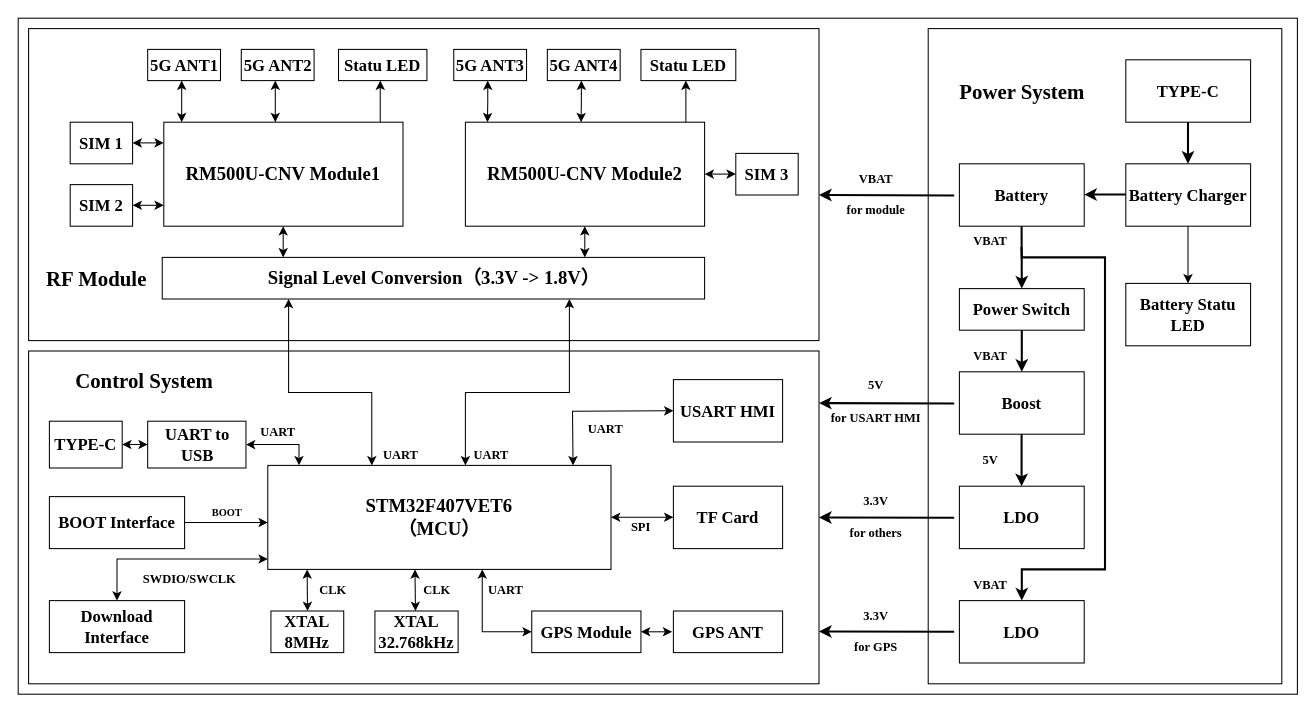
This is ICCC_block_V2.0.drawio from zeandon/draw.io, a draw.io file, before an edit. Source tidied: cells renumbered, new cells numbered last; positions are measured from the earlier drawing's top-left corner, leaving out a move shared by most shapes. Both pictures are drawn from the tidied source at 104%, with x=0, y=0 at pixel (18, 18).
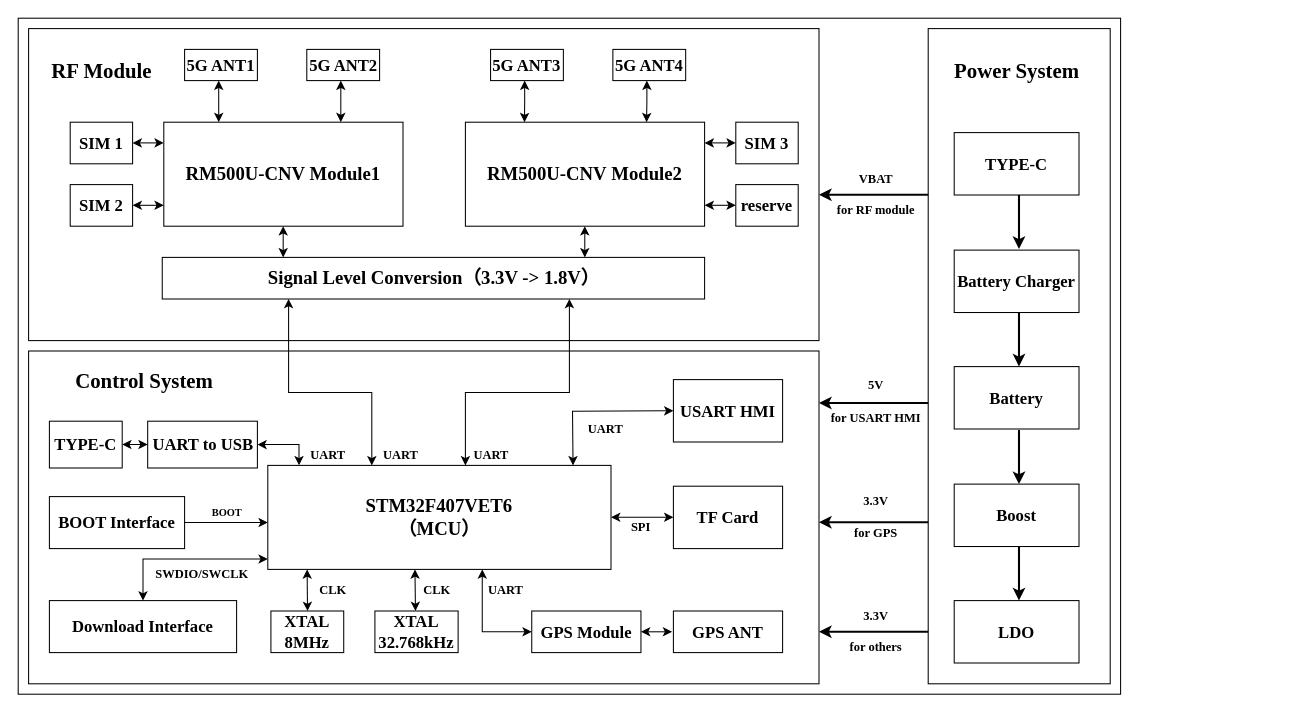
After the change.

Diff of the diagram source:
```diff
@@
     <mxCell id="2" style="rounded=0;whiteSpace=wrap;html=1;fontFamily=Times New Roman;" parent="1" vertex="1">
-      <mxGeometry width="1230" height="650" as="geometry" />
+      <mxGeometry width="1060" height="650" as="geometry" />
     </mxCell>
     <mxCell id="3" style="rounded=0;whiteSpace=wrap;html=1;fontFamily=Times New Roman;" parent="1" vertex="1">
-      <mxGeometry x="875" y="10" width="340" height="630" as="geometry" />
+      <mxGeometry x="875" y="10" width="175" height="630" as="geometry" />
     </mxCell>
@@
     <mxCell id="7" value="&lt;span&gt;RF Module&lt;/span&gt;" style="text;strokeColor=none;fillColor=none;html=1;fontSize=20;fontStyle=1;verticalAlign=middle;align=center;fontFamily=Times New Roman;" parent="1" vertex="1">
-      <mxGeometry x="24.5" y="230" width="100" height="40" as="geometry" />
+      <mxGeometry x="30" y="30" width="100" height="40" as="geometry" />
     </mxCell>
@@
     <mxCell id="12" value="5G ANT2" style="rounded=0;whiteSpace=wrap;html=1;fontStyle=1;fontFamily=Times New Roman;fontSize=16;" parent="1" vertex="1">
-      <mxGeometry x="214.5" y="30" width="70" height="30" as="geometry" />
+      <mxGeometry x="277.5" y="30" width="70" height="30" as="geometry" />
     </mxCell>
     <mxCell id="13" value="5G ANT1" style="rounded=0;whiteSpace=wrap;html=1;fontStyle=1;fontFamily=Times New Roman;fontSize=16;" parent="1" vertex="1">
-      <mxGeometry x="124.5" y="30" width="70" height="30" as="geometry" />
+      <mxGeometry x="160" y="30" width="70" height="30" as="geometry" />
     </mxCell>
     <mxCell id="14" value="5G ANT3" style="rounded=0;whiteSpace=wrap;html=1;fontStyle=1;fontFamily=Times New Roman;fontSize=16;" parent="1" vertex="1">
-      <mxGeometry x="418.8" y="30" width="70" height="30" as="geometry" />
+      <mxGeometry x="454.2" y="30" width="70" height="30" as="geometry" />
     </mxCell>
     <mxCell id="15" value="5G ANT4" style="rounded=0;whiteSpace=wrap;html=1;fontStyle=1;fontFamily=Times New Roman;fontSize=16;" parent="1" vertex="1">
-      <mxGeometry x="508.8" y="30" width="70" height="30" as="geometry" />
+      <mxGeometry x="571.8" y="30" width="70" height="30" as="geometry" />
     </mxCell>
@@
     <mxCell id="19" value="Download Interface" style="rounded=0;whiteSpace=wrap;html=1;fontStyle=1;fontFamily=Times New Roman;fontSize=16;" parent="1" vertex="1">
-      <mxGeometry x="30" y="560" width="130" height="50" as="geometry" />
+      <mxGeometry x="30" y="560" width="180" height="50" as="geometry" />
     </mxCell>
@@
     <mxCell id="21" value="TYPE-C" style="rounded=0;whiteSpace=wrap;html=1;fontStyle=1;fontFamily=Times New Roman;fontSize=16;" parent="1" vertex="1">
-      <mxGeometry x="1065" y="40" width="120" height="60" as="geometry" />
+      <mxGeometry x="900" y="110" width="120" height="60" as="geometry" />
     </mxCell>
     <mxCell id="22" value="Battery Charger" style="rounded=0;whiteSpace=wrap;html=1;fontStyle=1;fontFamily=Times New Roman;fontSize=16;" parent="1" vertex="1">
-      <mxGeometry x="1065" y="140" width="120" height="60" as="geometry" />
+      <mxGeometry x="900" y="223" width="120" height="60" as="geometry" />
     </mxCell>
     <mxCell id="23" value="Boost" style="rounded=0;whiteSpace=wrap;html=1;fontStyle=1;fontFamily=Times New Roman;fontSize=16;" parent="1" vertex="1">
-      <mxGeometry x="905" y="340" width="120" height="60" as="geometry" />
+      <mxGeometry x="900" y="448" width="120" height="60" as="geometry" />
     </mxCell>
     <mxCell id="24" value="LDO" style="rounded=0;whiteSpace=wrap;html=1;fontStyle=1;fontFamily=Times New Roman;fontSize=16;" parent="1" vertex="1">
-      <mxGeometry x="905" y="450" width="120" height="60" as="geometry" />
+      <mxGeometry x="900" y="560" width="120" height="60" as="geometry" />
     </mxCell>
-    <mxCell id="25" value="LDO" style="rounded=0;whiteSpace=wrap;html=1;fontStyle=1;fontFamily=Times New Roman;fontSize=16;" parent="1" vertex="1">
-      <mxGeometry x="905" y="560" width="120" height="60" as="geometry" />
-    </mxCell>
     <mxCell id="26" value="Battery" style="rounded=0;whiteSpace=wrap;html=1;fontStyle=1;fontFamily=Times New Roman;fontSize=16;" parent="1" vertex="1">
-      <mxGeometry x="905" y="140" width="120" height="60" as="geometry" />
+      <mxGeometry x="900" y="335" width="120" height="60" as="geometry" />
     </mxCell>
-    <mxCell id="27" value="Battery Statu LED" style="rounded=0;whiteSpace=wrap;html=1;fontStyle=1;fontFamily=Times New Roman;fontSize=16;" parent="1" vertex="1">
-      <mxGeometry x="1065" y="255" width="120" height="60" as="geometry" />
-    </mxCell>
-    <mxCell id="28" value="Statu LED" style="rounded=0;whiteSpace=wrap;html=1;fontStyle=1;fontFamily=Times New Roman;fontSize=16;" parent="1" vertex="1">
-      <mxGeometry x="308" y="30" width="85" height="30" as="geometry" />
-    </mxCell>
-    <mxCell id="29" value="Statu LED" style="rounded=0;whiteSpace=wrap;html=1;fontStyle=1;fontFamily=Times New Roman;fontSize=16;" parent="1" vertex="1">
-      <mxGeometry x="598.8" y="30" width="91.2" height="30" as="geometry" />
-    </mxCell>
@@
     <mxCell id="32" value="SIM 3" style="rounded=0;whiteSpace=wrap;html=1;fontStyle=1;fontFamily=Times New Roman;fontSize=16;" parent="1" vertex="1">
-      <mxGeometry x="690" y="130" width="60" height="40" as="geometry" />
+      <mxGeometry x="690" y="100" width="60" height="40" as="geometry" />
     </mxCell>
@@
     <mxCell id="34" value="UART to USB" style="rounded=0;whiteSpace=wrap;html=1;fontStyle=1;fontFamily=Times New Roman;fontSize=16;" parent="1" vertex="1">
-      <mxGeometry x="124.5" y="387.5" width="94.5" height="45" as="geometry" />
+      <mxGeometry x="124.5" y="387.5" width="105.5" height="45" as="geometry" />
     </mxCell>
@@
-    <mxCell id="36" value="Power Switch" style="rounded=0;whiteSpace=wrap;html=1;fontStyle=1;fontFamily=Times New Roman;fontSize=16;" parent="1" vertex="1">
-      <mxGeometry x="905" y="260" width="120" height="40" as="geometry" />
-    </mxCell>
@@
     <mxCell id="40" style="endArrow=classic;startArrow=classic;html=1;rounded=0;fontFamily=Times New Roman;" parent="1" edge="1">
       <mxGeometry relative="1" as="geometry">
-        <mxPoint x="660" y="149.9" as="sourcePoint" />
-        <mxPoint x="690" y="149.9" as="targetPoint" />
+        <mxPoint x="660" y="119.9" as="sourcePoint" />
+        <mxPoint x="690" y="119.9" as="targetPoint" />
       </mxGeometry>
     </mxCell>
@@
     <mxCell id="43" value="&lt;font&gt;Power System&lt;/font&gt;" style="text;strokeColor=none;fillColor=none;html=1;fontSize=20;fontStyle=1;verticalAlign=middle;align=center;fontFamily=Times New Roman;" parent="1" vertex="1">
-      <mxGeometry x="900" y="50" width="130" height="40" as="geometry" />
+      <mxGeometry x="895" y="30" width="130" height="40" as="geometry" />
     </mxCell>
-    <mxCell id="44" style="endArrow=none;startArrow=classic;html=1;rounded=0;endFill=0;strokeWidth=2;fontFamily=Times New Roman;" parent="1" edge="1">
-      <mxGeometry relative="1" as="geometry">
-        <mxPoint x="1025" y="169.6" as="sourcePoint" />
-        <mxPoint x="1065" y="169.6" as="targetPoint" />
-      </mxGeometry>
-    </mxCell>
-    <mxCell id="45" style="endArrow=none;startArrow=classic;html=1;rounded=0;endFill=0;strokeWidth=2;fontFamily=Times New Roman;" parent="1" edge="1">
-      <mxGeometry relative="1" as="geometry">
-        <mxPoint x="965" y="260" as="sourcePoint" />
-        <mxPoint x="964.8" y="200" as="targetPoint" />
-      </mxGeometry>
-    </mxCell>
-    <mxCell id="46" style="endArrow=none;startArrow=classic;html=1;rounded=0;endFill=0;strokeWidth=2;fontFamily=Times New Roman;" parent="1" edge="1">
-      <mxGeometry relative="1" as="geometry">
-        <mxPoint x="964.8" y="450" as="sourcePoint" />
-        <mxPoint x="964.8" y="400" as="targetPoint" />
-      </mxGeometry>
-    </mxCell>
-    <mxCell id="47" style="endArrow=none;startArrow=classic;html=1;rounded=0;endFill=0;exitX=0.5;exitY=0;exitDx=0;exitDy=0;strokeWidth=2;fontFamily=Times New Roman;" parent="1" edge="1" source="25">
-      <mxGeometry relative="1" as="geometry">
-        <mxPoint x="964.7" y="220" as="targetPoint" />
-        <Array as="points">
-          <mxPoint x="965" y="530" />
-          <mxPoint x="1045" y="530" />
-          <mxPoint x="1045" y="230" />
-          <mxPoint x="965" y="230" />
-        </Array>
-      </mxGeometry>
-    </mxCell>
-    <mxCell id="48" style="endArrow=none;startArrow=classic;html=1;rounded=0;endFill=0;strokeWidth=2;fontFamily=Times New Roman;" parent="1" edge="1">
-      <mxGeometry relative="1" as="geometry">
-        <mxPoint x="1124.8" y="140" as="sourcePoint" />
-        <mxPoint x="1124.8" y="100" as="targetPoint" />
-      </mxGeometry>
-    </mxCell>
     <mxCell id="49" style="endArrow=classic;startArrow=classic;html=1;rounded=0;exitX=0.5;exitY=0;exitDx=0;exitDy=0;entryX=0.958;entryY=0.995;entryDx=0;entryDy=0;entryPerimeter=0;fontFamily=Times New Roman;" parent="1" edge="1">
       <mxGeometry relative="1" as="geometry">
-        <mxPoint x="247.2" y="100" as="sourcePoint" />
-        <mxPoint x="247.2" y="60" as="targetPoint" />
+        <mxPoint x="310.2" y="100" as="sourcePoint" />
+        <mxPoint x="310.2" y="60" as="targetPoint" />
         <Array as="points">
-          <mxPoint x="247.2" y="80" />
-          <mxPoint x="247.2" y="70" />
+          <mxPoint x="310.2" y="80" />
+          <mxPoint x="310.2" y="70" />
         </Array>
       </mxGeometry>
     </mxCell>
     <mxCell id="50" style="endArrow=classic;startArrow=classic;html=1;rounded=0;exitX=0.5;exitY=0;exitDx=0;exitDy=0;entryX=0.958;entryY=0.995;entryDx=0;entryDy=0;entryPerimeter=0;fontFamily=Times New Roman;" parent="1" edge="1">
       <mxGeometry relative="1" as="geometry">
-        <mxPoint x="157.2" y="100" as="sourcePoint" />
-        <mxPoint x="157.2" y="60" as="targetPoint" />
+        <mxPoint x="192.8" y="100" as="sourcePoint" />
+        <mxPoint x="192.8" y="60" as="targetPoint" />
         <Array as="points">
-          <mxPoint x="157.2" y="80" />
-          <mxPoint x="157.2" y="70" />
+          <mxPoint x="192.8" y="80" />
+          <mxPoint x="192.8" y="70" />
         </Array>
       </mxGeometry>
     </mxCell>
     <mxCell id="51" style="endArrow=classic;startArrow=classic;html=1;rounded=0;exitX=0.5;exitY=0;exitDx=0;exitDy=0;entryX=0.958;entryY=0.995;entryDx=0;entryDy=0;entryPerimeter=0;fontFamily=Times New Roman;" parent="1" edge="1">
       <mxGeometry relative="1" as="geometry">
-        <mxPoint x="451.2" y="100" as="sourcePoint" />
-        <mxPoint x="451.5" y="60" as="targetPoint" />
+        <mxPoint x="486.8" y="100" as="sourcePoint" />
+        <mxPoint x="487" y="60" as="targetPoint" />
         <Array as="points">
-          <mxPoint x="451.5" y="80" />
-          <mxPoint x="451.5" y="70" />
+          <mxPoint x="487" y="80" />
+          <mxPoint x="487" y="70" />
         </Array>
       </mxGeometry>
     </mxCell>
     <mxCell id="52" style="endArrow=classic;startArrow=classic;html=1;rounded=0;exitX=0.5;exitY=0;exitDx=0;exitDy=0;entryX=0.958;entryY=0.995;entryDx=0;entryDy=0;entryPerimeter=0;fontFamily=Times New Roman;" parent="1" edge="1">
       <mxGeometry relative="1" as="geometry">
-        <mxPoint x="541.2" y="100" as="sourcePoint" />
-        <mxPoint x="541.5" y="60" as="targetPoint" />
+        <mxPoint x="604.2" y="100" as="sourcePoint" />
+        <mxPoint x="604.5" y="60" as="targetPoint" />
         <Array as="points">
-          <mxPoint x="541.5" y="80" />
-          <mxPoint x="541.5" y="70" />
+          <mxPoint x="604.5" y="80" />
+          <mxPoint x="604.5" y="70" />
         </Array>
       </mxGeometry>
     </mxCell>
-    <mxCell id="53" style="endArrow=classic;startArrow=none;html=1;rounded=0;exitX=0.5;exitY=0;exitDx=0;exitDy=0;endFill=1;startFill=0;fontFamily=Times New Roman;" parent="1" edge="1">
-      <mxGeometry relative="1" as="geometry">
-        <mxPoint x="348.1" y="100" as="sourcePoint" />
-        <mxPoint x="348.2" y="60" as="targetPoint" />
-        <Array as="points">
-          <mxPoint x="348.1" y="80" />
-          <mxPoint x="348.1" y="70" />
-        </Array>
-      </mxGeometry>
-    </mxCell>
-    <mxCell id="54" style="endArrow=classic;startArrow=none;html=1;rounded=0;exitX=0.5;exitY=0;exitDx=0;exitDy=0;entryX=0.958;entryY=0.995;entryDx=0;entryDy=0;entryPerimeter=0;endFill=1;startFill=0;fontFamily=Times New Roman;" parent="1" edge="1">
-      <mxGeometry relative="1" as="geometry">
-        <mxPoint x="642" y="100" as="sourcePoint" />
-        <mxPoint x="642" y="60" as="targetPoint" />
-        <Array as="points">
-          <mxPoint x="642" y="80" />
-          <mxPoint x="642" y="70" />
-        </Array>
-      </mxGeometry>
-    </mxCell>
-    <mxCell id="55" value="VBAT" style="text;html=1;whiteSpace=wrap;strokeColor=none;fillColor=none;align=center;verticalAlign=middle;rounded=0;fontStyle=1;fontSize=12;fontFamily=Times New Roman;" parent="1" vertex="1">
-      <mxGeometry x="910" y="200" width="50" height="30" as="geometry" />
-    </mxCell>
-    <mxCell id="56" style="endArrow=none;startArrow=classic;html=1;rounded=0;endFill=0;strokeWidth=2;fontFamily=Times New Roman;" parent="1" edge="1">
-      <mxGeometry relative="1" as="geometry">
-        <mxPoint x="770" y="170" as="sourcePoint" />
-        <mxPoint x="900" y="170.4" as="targetPoint" />
-      </mxGeometry>
-    </mxCell>
@@
-    <mxCell id="58" style="endArrow=none;startArrow=classic;html=1;rounded=0;endFill=0;strokeWidth=2;fontFamily=Times New Roman;" parent="1" edge="1">
-      <mxGeometry relative="1" as="geometry">
-        <mxPoint x="770" y="370.1" as="sourcePoint" />
-        <mxPoint x="900" y="370.4" as="targetPoint" />
-      </mxGeometry>
-    </mxCell>
-    <mxCell id="59" style="endArrow=none;startArrow=classic;html=1;rounded=0;endFill=0;strokeWidth=2;fontFamily=Times New Roman;" parent="1" edge="1">
-      <mxGeometry relative="1" as="geometry">
-        <mxPoint x="770" y="480.1" as="sourcePoint" />
-        <mxPoint x="900" y="480.4" as="targetPoint" />
-      </mxGeometry>
-    </mxCell>
-    <mxCell id="60" style="endArrow=none;startArrow=classic;html=1;rounded=0;endFill=0;strokeWidth=2;fontFamily=Times New Roman;" parent="1" edge="1">
-      <mxGeometry relative="1" as="geometry">
-        <mxPoint x="770" y="589.7" as="sourcePoint" />
-        <mxPoint x="900" y="590" as="targetPoint" />
-      </mxGeometry>
-    </mxCell>
@@
-    <mxCell id="63" value="for module" style="text;html=1;whiteSpace=wrap;strokeColor=none;fillColor=none;align=center;verticalAlign=middle;rounded=0;fontStyle=1;fontSize=12;fontFamily=Times New Roman;" parent="1" vertex="1">
-      <mxGeometry x="785" y="170" width="80" height="30" as="geometry" />
+    <mxCell id="63" value="for RF module" style="text;html=1;whiteSpace=wrap;strokeColor=none;fillColor=none;align=center;verticalAlign=middle;rounded=0;fontStyle=1;fontSize=12;fontFamily=Times New Roman;" parent="1" vertex="1">
+      <mxGeometry x="780" y="170" width="90" height="30" as="geometry" />
     </mxCell>
@@
-    <mxCell id="65" value="for others" style="text;html=1;whiteSpace=wrap;strokeColor=none;fillColor=none;align=center;verticalAlign=middle;rounded=0;fontStyle=1;fontSize=12;fontFamily=Times New Roman;" parent="1" vertex="1">
-      <mxGeometry x="790" y="480" width="70" height="30" as="geometry" />
+    <mxCell id="65" value="for GPS" style="text;html=1;whiteSpace=wrap;strokeColor=none;fillColor=none;align=center;verticalAlign=middle;rounded=0;fontStyle=1;fontSize=12;fontFamily=Times New Roman;" parent="1" vertex="1">
+      <mxGeometry x="795" y="480" width="60" height="30" as="geometry" />
     </mxCell>
-    <mxCell id="66" value="for GPS" style="text;html=1;whiteSpace=wrap;strokeColor=none;fillColor=none;align=center;verticalAlign=middle;rounded=0;fontStyle=1;fontSize=12;fontFamily=Times New Roman;" parent="1" vertex="1">
-      <mxGeometry x="795" y="590" width="60" height="30" as="geometry" />
+    <mxCell id="66" value="for others" style="text;html=1;whiteSpace=wrap;strokeColor=none;fillColor=none;align=center;verticalAlign=middle;rounded=0;fontStyle=1;fontSize=12;fontFamily=Times New Roman;" parent="1" vertex="1">
+      <mxGeometry x="790" y="590" width="70" height="30" as="geometry" />
     </mxCell>
@@
-    <mxCell id="69" style="endArrow=none;startArrow=classic;html=1;rounded=0;endFill=0;strokeWidth=2;fontFamily=Times New Roman;" parent="1" edge="1">
-      <mxGeometry relative="1" as="geometry">
-        <mxPoint x="965" y="340" as="sourcePoint" />
-        <mxPoint x="965" y="300" as="targetPoint" />
-      </mxGeometry>
-    </mxCell>
-    <mxCell id="70" style="endArrow=none;startArrow=classic;html=1;rounded=0;endFill=0;fontFamily=Times New Roman;" parent="1" edge="1">
-      <mxGeometry relative="1" as="geometry">
-        <mxPoint x="1124.8" y="255" as="sourcePoint" />
-        <mxPoint x="1124.8" y="200" as="targetPoint" />
-      </mxGeometry>
-    </mxCell>
-    <mxCell id="71" value="VBAT" style="text;html=1;whiteSpace=wrap;strokeColor=none;fillColor=none;align=center;verticalAlign=middle;rounded=0;fontStyle=1;fontSize=12;fontFamily=Times New Roman;" parent="1" vertex="1">
-      <mxGeometry x="910" y="530" width="50" height="30" as="geometry" />
-    </mxCell>
-    <mxCell id="72" value="VBAT" style="text;html=1;whiteSpace=wrap;strokeColor=none;fillColor=none;align=center;verticalAlign=middle;rounded=0;fontStyle=1;fontSize=12;fontFamily=Times New Roman;" parent="1" vertex="1">
-      <mxGeometry x="910" y="310" width="50" height="30" as="geometry" />
-    </mxCell>
@@
     <mxCell id="78" value="UART" style="text;html=1;whiteSpace=wrap;strokeColor=none;fillColor=none;align=center;verticalAlign=middle;rounded=0;fontStyle=1;fontSize=12;fontFamily=Times New Roman;" parent="1" vertex="1">
-      <mxGeometry x="219.5" y="382.5" width="60" height="30" as="geometry" />
+      <mxGeometry x="267.5" y="405" width="60" height="30" as="geometry" />
     </mxCell>
@@
     <mxCell id="80" value="SWDIO/SWCLK" style="text;html=1;whiteSpace=wrap;strokeColor=none;fillColor=none;align=center;verticalAlign=middle;rounded=0;fontStyle=1;fontSize=12;fontFamily=Times New Roman;" parent="1" vertex="1">
-      <mxGeometry x="110" y="525" width="110" height="30" as="geometry" />
+      <mxGeometry x="122.2" y="520" width="110" height="30" as="geometry" />
     </mxCell>
@@
     <mxCell id="87" style="endArrow=classic;startArrow=classic;html=1;rounded=0;exitX=0.5;exitY=0;exitDx=0;exitDy=0;fontFamily=Times New Roman;" parent="1" edge="1" source="19">
       <mxGeometry relative="1" as="geometry">
         <mxPoint x="240" y="520" as="targetPoint" />
         <Array as="points">
-          <mxPoint x="95" y="530" />
-          <mxPoint x="95" y="520" />
+          <mxPoint x="120" y="530" />
+          <mxPoint x="120" y="520" />
           <mxPoint x="220" y="520" />
         </Array>
       </mxGeometry>
     </mxCell>
@@
-    <mxCell id="95" value="5V" style="text;html=1;whiteSpace=wrap;strokeColor=none;fillColor=none;align=center;verticalAlign=middle;rounded=0;fontStyle=1;fontSize=12;fontFamily=Times New Roman;" parent="1" vertex="1">
-      <mxGeometry x="915" y="410" width="40" height="30" as="geometry" />
-    </mxCell>
+    <mxCell id="96" value="reserve" style="rounded=0;whiteSpace=wrap;html=1;fontStyle=1;fontFamily=Times New Roman;fontSize=16;" parent="1" vertex="1">
+      <mxGeometry x="690" y="160" width="60" height="40" as="geometry" />
+    </mxCell>
+    <mxCell id="97" style="endArrow=classic;startArrow=classic;html=1;rounded=0;fontFamily=Times New Roman;" parent="1" edge="1">
+      <mxGeometry relative="1" as="geometry">
+        <mxPoint x="660" y="179.9" as="sourcePoint" />
+        <mxPoint x="690" y="179.9" as="targetPoint" />
+      </mxGeometry>
+    </mxCell>
+    <mxCell id="98" style="endArrow=none;startArrow=classic;html=1;rounded=0;endFill=0;strokeWidth=2;fontFamily=Times New Roman;entryX=0.516;entryY=0.999;entryDx=0;entryDy=0;entryPerimeter=0;" parent="1" edge="1">
+      <mxGeometry relative="1" as="geometry">
+        <mxPoint x="962.3" y="222" as="sourcePoint" />
+        <mxPoint x="962.3" y="170" as="targetPoint" />
+      </mxGeometry>
+    </mxCell>
+    <mxCell id="99" style="endArrow=none;startArrow=classic;html=1;rounded=0;endFill=0;strokeWidth=2;fontFamily=Times New Roman;entryX=0.516;entryY=0.999;entryDx=0;entryDy=0;entryPerimeter=0;" parent="1" edge="1">
+      <mxGeometry relative="1" as="geometry">
+        <mxPoint x="962.3" y="335" as="sourcePoint" />
+        <mxPoint x="962.3" y="283" as="targetPoint" />
+      </mxGeometry>
+    </mxCell>
+    <mxCell id="100" style="endArrow=none;startArrow=classic;html=1;rounded=0;endFill=0;strokeWidth=2;fontFamily=Times New Roman;entryX=0.516;entryY=0.999;entryDx=0;entryDy=0;entryPerimeter=0;" parent="1" edge="1">
+      <mxGeometry relative="1" as="geometry">
+        <mxPoint x="962.3" y="448" as="sourcePoint" />
+        <mxPoint x="962.3" y="396" as="targetPoint" />
+      </mxGeometry>
+    </mxCell>
+    <mxCell id="101" style="endArrow=none;startArrow=classic;html=1;rounded=0;endFill=0;strokeWidth=2;fontFamily=Times New Roman;entryX=0.516;entryY=0.999;entryDx=0;entryDy=0;entryPerimeter=0;" parent="1" edge="1">
+      <mxGeometry relative="1" as="geometry">
+        <mxPoint x="962.3" y="560" as="sourcePoint" />
+        <mxPoint x="962.3" y="508" as="targetPoint" />
+      </mxGeometry>
+    </mxCell>
+    <mxCell id="102" style="endArrow=none;startArrow=classic;html=1;rounded=0;endFill=0;strokeWidth=2;fontFamily=Times New Roman;entryX=-0.001;entryY=0.254;entryDx=0;entryDy=0;entryPerimeter=0;" parent="1" edge="1">
+      <mxGeometry relative="1" as="geometry">
+        <mxPoint x="770" y="169.7" as="sourcePoint" />
+        <mxPoint x="875" y="169.7" as="targetPoint" />
+      </mxGeometry>
+    </mxCell>
+    <mxCell id="103" style="endArrow=none;startArrow=classic;html=1;rounded=0;endFill=0;strokeWidth=2;fontFamily=Times New Roman;entryX=-0.001;entryY=0.254;entryDx=0;entryDy=0;entryPerimeter=0;" parent="1" edge="1">
+      <mxGeometry relative="1" as="geometry">
+        <mxPoint x="770" y="590" as="sourcePoint" />
+        <mxPoint x="875" y="590" as="targetPoint" />
+      </mxGeometry>
+    </mxCell>
+    <mxCell id="104" style="endArrow=none;startArrow=classic;html=1;rounded=0;endFill=0;strokeWidth=2;fontFamily=Times New Roman;entryX=-0.001;entryY=0.254;entryDx=0;entryDy=0;entryPerimeter=0;" parent="1" edge="1">
+      <mxGeometry relative="1" as="geometry">
+        <mxPoint x="770" y="484.6" as="sourcePoint" />
+        <mxPoint x="875" y="484.6" as="targetPoint" />
+      </mxGeometry>
+    </mxCell>
+    <mxCell id="105" style="endArrow=none;startArrow=classic;html=1;rounded=0;endFill=0;strokeWidth=2;fontFamily=Times New Roman;entryX=-0.001;entryY=0.254;entryDx=0;entryDy=0;entryPerimeter=0;" parent="1" edge="1">
+      <mxGeometry relative="1" as="geometry">
+        <mxPoint x="770" y="370" as="sourcePoint" />
+        <mxPoint x="875" y="370" as="targetPoint" />
+      </mxGeometry>
+    </mxCell>
```
